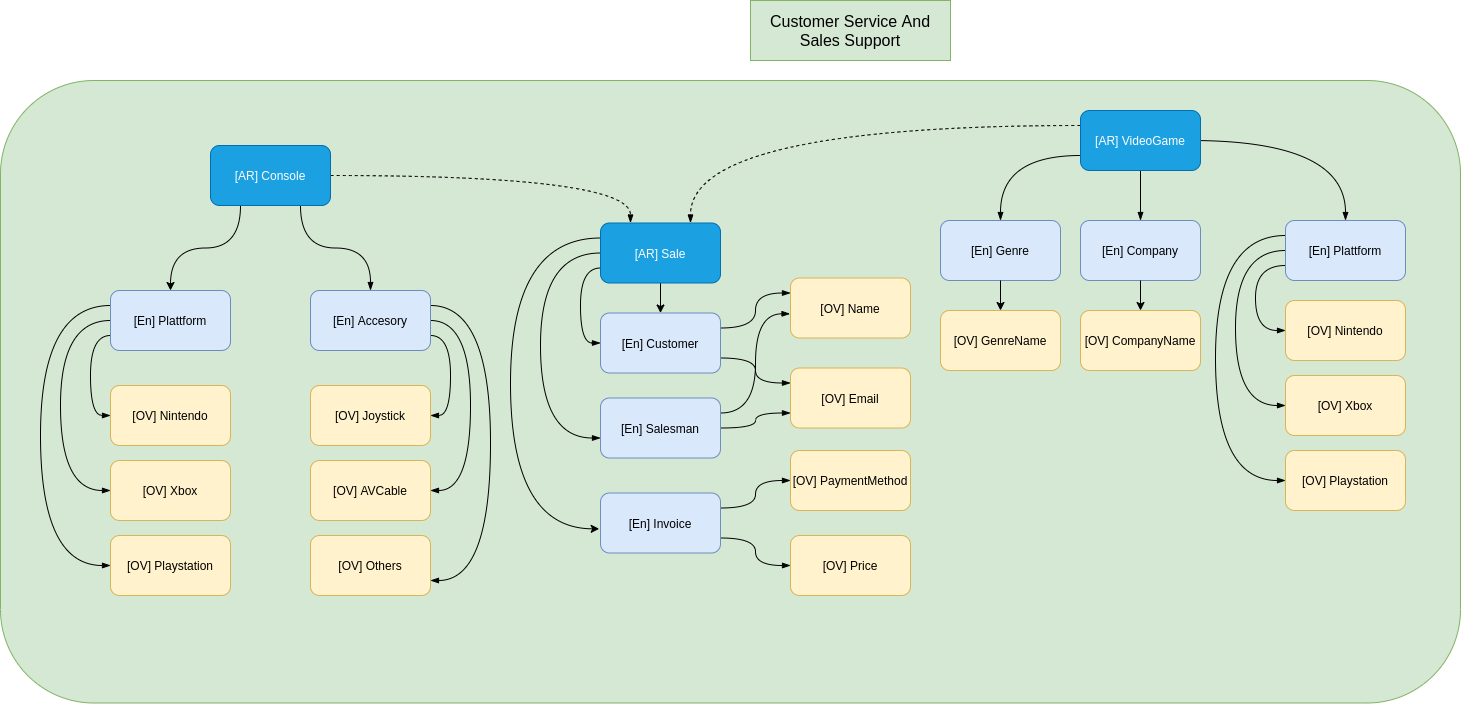
Before: Model Design/contextCore.png, a diagram exported from draw.io (maxdarkx/DomainModel). Source tidied: cells renumbered, new cells last; positions are measured from the earlier drawing's top-left corner, leaving out a move shared by most shapes.
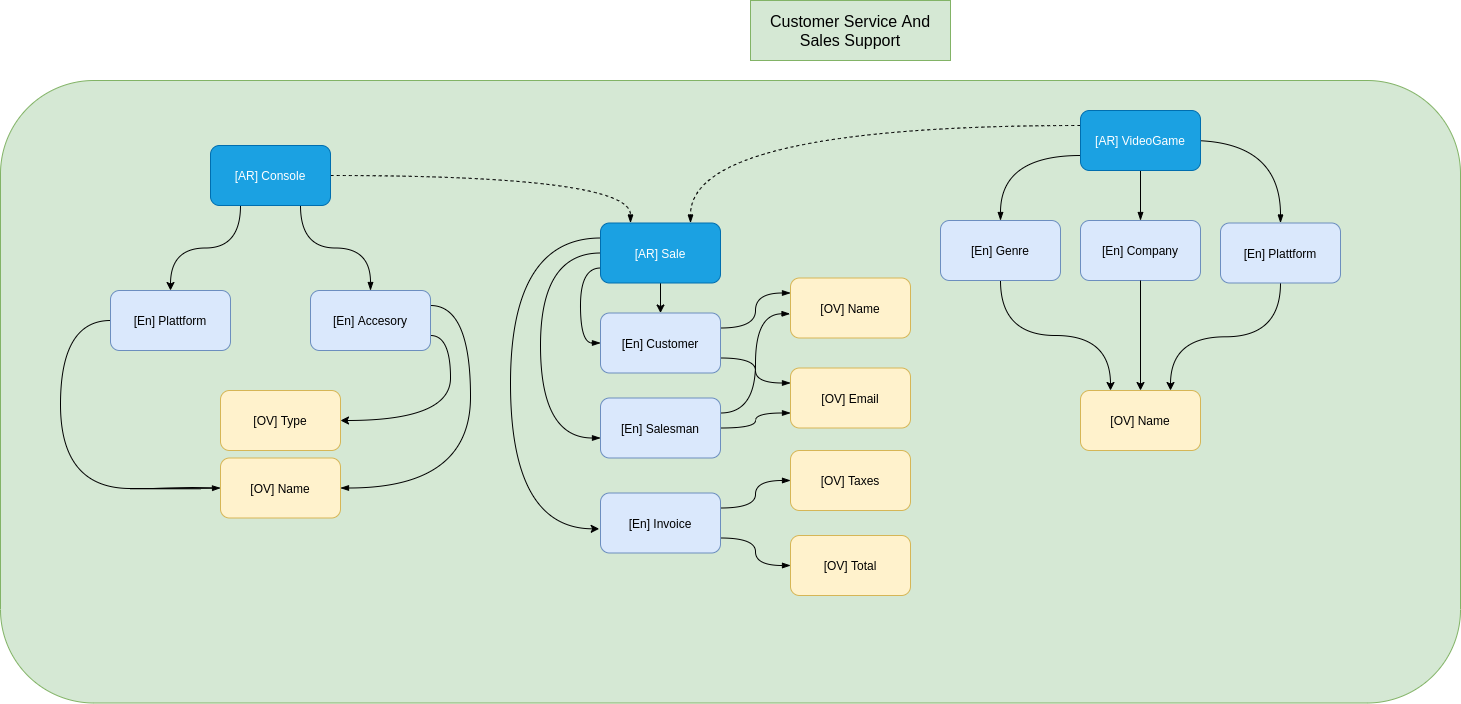
The same file after the commit.

Commit message:
se agregan los comandos para comenzar con los use cases

Diff of the diagram source:
```diff
@@ -104,25 +104,15 @@
     <mxCell id="28" value="[En] Salesman" style="rounded=1;whiteSpace=wrap;html=1;fillColor=#dae8fc;strokeColor=#6c8ebf;" parent="1" vertex="1">
       <mxGeometry x="600" y="397.5" width="120" height="60" as="geometry" />
     </mxCell>
-    <mxCell id="29" style="edgeStyle=orthogonalEdgeStyle;curved=1;jettySize=auto;html=1;exitX=0;exitY=0.25;exitDx=0;exitDy=0;entryX=0;entryY=0.5;entryDx=0;entryDy=0;endArrow=blockThin;endFill=1;sourcePerimeterSpacing=8;targetPerimeterSpacing=8;" parent="1" edge="1" source="32" target="48">
-      <mxGeometry relative="1" as="geometry">
-        <Array as="points">
-          <mxPoint x="40" y="305" />
-          <mxPoint x="40" y="565" />
-        </Array>
-      </mxGeometry>
-    </mxCell>
     <mxCell id="30" style="edgeStyle=orthogonalEdgeStyle;curved=1;jettySize=auto;html=1;exitX=0;exitY=0.5;exitDx=0;exitDy=0;entryX=0;entryY=0.5;entryDx=0;entryDy=0;endArrow=blockThin;endFill=1;sourcePerimeterSpacing=8;targetPerimeterSpacing=8;" parent="1" edge="1" source="32" target="47">
       <mxGeometry relative="1" as="geometry">
         <Array as="points">
           <mxPoint x="60" y="320" />
-          <mxPoint x="60" y="490" />
+          <mxPoint x="60" y="488" />
+          <mxPoint x="200" y="488" />
         </Array>
       </mxGeometry>
     </mxCell>
-    <mxCell id="31" style="edgeStyle=orthogonalEdgeStyle;curved=1;jettySize=auto;html=1;exitX=0;exitY=0.75;exitDx=0;exitDy=0;entryX=0;entryY=0.5;entryDx=0;entryDy=0;endArrow=blockThin;endFill=1;sourcePerimeterSpacing=8;targetPerimeterSpacing=8;" parent="1" edge="1" source="32" target="46">
-      <mxGeometry relative="1" as="geometry" />
-    </mxCell>
     <mxCell id="32" value="[En] Plattform" style="rounded=1;whiteSpace=wrap;html=1;fillColor=#dae8fc;strokeColor=#6c8ebf;" parent="1" vertex="1">
       <mxGeometry x="110" y="290" width="120" height="60" as="geometry" />
     </mxCell>
@@ -132,104 +122,51 @@
     <mxCell id="34" value="[En] Company" style="rounded=1;whiteSpace=wrap;html=1;hachureGap=4;fillColor=#dae8fc;strokeColor=#6c8ebf;" parent="1" vertex="1">
       <mxGeometry x="1080" y="220" width="120" height="60" as="geometry" />
     </mxCell>
-    <mxCell id="35" style="edgeStyle=orthogonalEdgeStyle;curved=1;jettySize=auto;html=1;exitX=0;exitY=0.25;exitDx=0;exitDy=0;entryX=0;entryY=0.5;entryDx=0;entryDy=0;endArrow=blockThin;endFill=1;sourcePerimeterSpacing=8;targetPerimeterSpacing=8;" parent="1" edge="1" source="38" target="43">
-      <mxGeometry relative="1" as="geometry">
-        <Array as="points">
-          <mxPoint x="1215" y="235" />
-          <mxPoint x="1215" y="480" />
-        </Array>
-      </mxGeometry>
-    </mxCell>
-    <mxCell id="36" style="edgeStyle=orthogonalEdgeStyle;curved=1;jettySize=auto;html=1;exitX=0;exitY=0.5;exitDx=0;exitDy=0;entryX=0;entryY=0.5;entryDx=0;entryDy=0;endArrow=blockThin;endFill=1;sourcePerimeterSpacing=8;targetPerimeterSpacing=8;" parent="1" edge="1" source="38" target="42">
-      <mxGeometry relative="1" as="geometry">
-        <Array as="points">
-          <mxPoint x="1235" y="250" />
-          <mxPoint x="1235" y="405" />
-        </Array>
-      </mxGeometry>
-    </mxCell>
-    <mxCell id="37" style="edgeStyle=orthogonalEdgeStyle;curved=1;jettySize=auto;html=1;exitX=0;exitY=0.75;exitDx=0;exitDy=0;entryX=0;entryY=0.5;entryDx=0;entryDy=0;endArrow=blockThin;endFill=1;sourcePerimeterSpacing=8;targetPerimeterSpacing=8;" parent="1" edge="1" source="38" target="41">
-      <mxGeometry relative="1" as="geometry">
-        <Array as="points">
-          <mxPoint x="1255" y="265" />
-          <mxPoint x="1255" y="330" />
-        </Array>
-      </mxGeometry>
-    </mxCell>
+    <mxCell id="60" style="edgeStyle=orthogonalEdgeStyle;curved=1;rounded=0;jettySize=auto;html=1;exitX=0.5;exitY=1;exitDx=0;exitDy=0;entryX=0.75;entryY=0;entryDx=0;entryDy=0;" parent="1" edge="1" source="38" target="39">
+      <mxGeometry relative="1" as="geometry" />
+    </mxCell>
     <mxCell id="38" value="[En] Plattform" style="rounded=1;whiteSpace=wrap;html=1;fillColor=#dae8fc;strokeColor=#6c8ebf;" parent="1" vertex="1">
-      <mxGeometry x="1285" y="220" width="120" height="60" as="geometry" />
+      <mxGeometry x="1220" y="222.5" width="120" height="60" as="geometry" />
     </mxCell>
-    <mxCell id="39" value="[OV] GenreName" style="rounded=1;whiteSpace=wrap;html=1;hachureGap=4;fillColor=#fff2cc;strokeColor=#d6b656;" parent="1" vertex="1">
-      <mxGeometry x="940" y="310" width="120" height="60" as="geometry" />
+    <mxCell id="39" value="[OV] Name" style="rounded=1;whiteSpace=wrap;html=1;hachureGap=4;fillColor=#fff2cc;strokeColor=#d6b656;" parent="1" vertex="1">
+      <mxGeometry x="1080" y="390" width="120" height="60" as="geometry" />
     </mxCell>
-    <mxCell id="40" value="[OV] CompanyName" style="rounded=1;whiteSpace=wrap;html=1;hachureGap=4;fillColor=#fff2cc;strokeColor=#d6b656;" parent="1" vertex="1">
-      <mxGeometry x="1080" y="310" width="120" height="60" as="geometry" />
-    </mxCell>
-    <mxCell id="41" value="[OV] Nintendo" style="rounded=1;whiteSpace=wrap;html=1;hachureGap=4;fillColor=#fff2cc;strokeColor=#d6b656;" parent="1" vertex="1">
-      <mxGeometry x="1285" y="300" width="120" height="60" as="geometry" />
-    </mxCell>
-    <mxCell id="42" value="[OV] Xbox" style="rounded=1;whiteSpace=wrap;html=1;hachureGap=4;fillColor=#fff2cc;strokeColor=#d6b656;" parent="1" vertex="1">
-      <mxGeometry x="1285" y="375" width="120" height="60" as="geometry" />
-    </mxCell>
-    <mxCell id="43" value="[OV] Playstation" style="rounded=1;whiteSpace=wrap;html=1;hachureGap=4;fillColor=#fff2cc;strokeColor=#d6b656;" parent="1" vertex="1">
-      <mxGeometry x="1285" y="450" width="120" height="60" as="geometry" />
-    </mxCell>
-    <mxCell id="44" style="edgeStyle=orthogonalEdgeStyle;curved=1;rounded=0;jettySize=auto;html=1;exitX=0.5;exitY=1;exitDx=0;exitDy=0;entryX=0.5;entryY=0;entryDx=0;entryDy=0;" parent="1" edge="1" source="33" target="39">
+    <mxCell id="44" style="edgeStyle=orthogonalEdgeStyle;curved=1;rounded=0;jettySize=auto;html=1;exitX=0.5;exitY=1;exitDx=0;exitDy=0;entryX=0.25;entryY=0;entryDx=0;entryDy=0;" parent="1" edge="1" source="33" target="39">
       <mxGeometry relative="1" as="geometry" />
     </mxCell>
-    <mxCell id="45" style="edgeStyle=orthogonalEdgeStyle;curved=1;rounded=0;jettySize=auto;html=1;exitX=0.5;exitY=1;exitDx=0;exitDy=0;entryX=0.5;entryY=0;entryDx=0;entryDy=0;" parent="1" edge="1" source="34" target="40">
+    <mxCell id="45" style="edgeStyle=orthogonalEdgeStyle;curved=1;rounded=0;jettySize=auto;html=1;exitX=0.5;exitY=1;exitDx=0;exitDy=0;entryX=0.5;entryY=0;entryDx=0;entryDy=0;" parent="1" edge="1" source="34" target="39">
       <mxGeometry relative="1" as="geometry" />
     </mxCell>
-    <mxCell id="46" value="[OV] Nintendo" style="rounded=1;whiteSpace=wrap;html=1;hachureGap=4;fillColor=#fff2cc;strokeColor=#d6b656;" parent="1" vertex="1">
-      <mxGeometry x="110" y="385" width="120" height="60" as="geometry" />
+    <mxCell id="46" value="[OV] Type" style="rounded=1;whiteSpace=wrap;html=1;hachureGap=4;fillColor=#fff2cc;strokeColor=#d6b656;" parent="1" vertex="1">
+      <mxGeometry x="220" y="390" width="120" height="60" as="geometry" />
     </mxCell>
-    <mxCell id="47" value="[OV] Xbox" style="rounded=1;whiteSpace=wrap;html=1;hachureGap=4;fillColor=#fff2cc;strokeColor=#d6b656;" parent="1" vertex="1">
-      <mxGeometry x="110" y="460" width="120" height="60" as="geometry" />
+    <mxCell id="47" value="[OV] Name" style="rounded=1;whiteSpace=wrap;html=1;hachureGap=4;fillColor=#fff2cc;strokeColor=#d6b656;" parent="1" vertex="1">
+      <mxGeometry x="220" y="457.5" width="120" height="60" as="geometry" />
     </mxCell>
-    <mxCell id="48" value="[OV] Playstation" style="rounded=1;whiteSpace=wrap;html=1;hachureGap=4;fillColor=#fff2cc;strokeColor=#d6b656;" parent="1" vertex="1">
-      <mxGeometry x="110" y="535" width="120" height="60" as="geometry" />
-    </mxCell>
-    <mxCell id="49" style="edgeStyle=orthogonalEdgeStyle;curved=1;jettySize=auto;html=1;exitX=1;exitY=0.25;exitDx=0;exitDy=0;entryX=1;entryY=0.75;entryDx=0;entryDy=0;endArrow=blockThin;endFill=1;sourcePerimeterSpacing=8;targetPerimeterSpacing=8;" parent="1" edge="1" source="52" target="55">
-      <mxGeometry relative="1" as="geometry">
-        <Array as="points">
-          <mxPoint x="490" y="305" />
-          <mxPoint x="490" y="580" />
-        </Array>
-      </mxGeometry>
-    </mxCell>
-    <mxCell id="50" style="edgeStyle=orthogonalEdgeStyle;curved=1;jettySize=auto;html=1;exitX=1;exitY=0.5;exitDx=0;exitDy=0;entryX=1;entryY=0.5;entryDx=0;entryDy=0;endArrow=blockThin;endFill=1;sourcePerimeterSpacing=8;targetPerimeterSpacing=8;" parent="1" edge="1" source="52" target="54">
-      <mxGeometry relative="1" as="geometry">
-        <Array as="points">
-          <mxPoint x="470" y="320" />
-          <mxPoint x="470" y="490" />
-        </Array>
-      </mxGeometry>
-    </mxCell>
-    <mxCell id="51" style="edgeStyle=orthogonalEdgeStyle;curved=1;jettySize=auto;html=1;exitX=1;exitY=0.75;exitDx=0;exitDy=0;entryX=1;entryY=0.5;entryDx=0;entryDy=0;endArrow=blockThin;endFill=1;sourcePerimeterSpacing=8;targetPerimeterSpacing=8;" parent="1" edge="1" source="52" target="53">
-      <mxGeometry relative="1" as="geometry" />
+    <mxCell id="51" style="edgeStyle=orthogonalEdgeStyle;curved=1;jettySize=auto;html=1;exitX=1;exitY=0.25;exitDx=0;exitDy=0;entryX=1;entryY=0.5;entryDx=0;entryDy=0;endArrow=blockThin;endFill=1;sourcePerimeterSpacing=8;targetPerimeterSpacing=8;" parent="1" edge="1" source="52" target="47">
+      <mxGeometry relative="1" as="geometry">
+        <Array as="points">
+          <mxPoint x="470" y="305" />
+          <mxPoint x="470" y="488" />
+        </Array>
+      </mxGeometry>
     </mxCell>
+    <mxCell id="61" style="edgeStyle=orthogonalEdgeStyle;rounded=0;jettySize=auto;html=1;exitX=1;exitY=0.75;exitDx=0;exitDy=0;entryX=1;entryY=0.5;entryDx=0;entryDy=0;curved=1;" parent="1" edge="1" source="52" target="46">
+      <mxGeometry relative="1" as="geometry" />
+    </mxCell>
     <mxCell id="52" value="[En] Accesory" style="rounded=1;whiteSpace=wrap;html=1;fillColor=#dae8fc;strokeColor=#6c8ebf;" parent="1" vertex="1">
       <mxGeometry x="310" y="290" width="120" height="60" as="geometry" />
     </mxCell>
-    <mxCell id="53" value="[OV] Joystick" style="rounded=1;whiteSpace=wrap;html=1;hachureGap=4;fillColor=#fff2cc;strokeColor=#d6b656;" parent="1" vertex="1">
-      <mxGeometry x="310" y="385" width="120" height="60" as="geometry" />
-    </mxCell>
-    <mxCell id="54" value="[OV] AVCable" style="rounded=1;whiteSpace=wrap;html=1;hachureGap=4;fillColor=#fff2cc;strokeColor=#d6b656;" parent="1" vertex="1">
-      <mxGeometry x="310" y="460" width="120" height="60" as="geometry" />
-    </mxCell>
-    <mxCell id="55" value="[OV] Others" style="rounded=1;whiteSpace=wrap;html=1;hachureGap=4;fillColor=#fff2cc;strokeColor=#d6b656;" parent="1" vertex="1">
-      <mxGeometry x="310" y="535" width="120" height="60" as="geometry" />
-    </mxCell>
     <mxCell id="56" value="[OV] Name" style="rounded=1;whiteSpace=wrap;html=1;hachureGap=4;fillColor=#fff2cc;strokeColor=#d6b656;" parent="1" vertex="1">
       <mxGeometry x="790" y="277.5" width="120" height="60" as="geometry" />
     </mxCell>
     <mxCell id="57" value="[OV] Email" style="rounded=1;whiteSpace=wrap;html=1;hachureGap=4;fillColor=#fff2cc;strokeColor=#d6b656;" parent="1" vertex="1">
       <mxGeometry x="790" y="367.5" width="120" height="60" as="geometry" />
     </mxCell>
-    <mxCell id="58" value="[OV] PaymentMethod" style="rounded=1;whiteSpace=wrap;html=1;hachureGap=4;fillColor=#fff2cc;strokeColor=#d6b656;" parent="1" vertex="1">
+    <mxCell id="58" value="[OV] Taxes" style="rounded=1;whiteSpace=wrap;html=1;hachureGap=4;fillColor=#fff2cc;strokeColor=#d6b656;" parent="1" vertex="1">
       <mxGeometry x="790" y="450" width="120" height="60" as="geometry" />
     </mxCell>
-    <mxCell id="59" value="[OV] Price" style="rounded=1;whiteSpace=wrap;html=1;hachureGap=4;fillColor=#fff2cc;strokeColor=#d6b656;" parent="1" vertex="1">
+    <mxCell id="59" value="[OV] Total" style="rounded=1;whiteSpace=wrap;html=1;hachureGap=4;fillColor=#fff2cc;strokeColor=#d6b656;" parent="1" vertex="1">
       <mxGeometry x="790" y="535" width="120" height="60" as="geometry" />
     </mxCell>
   </root>
```
